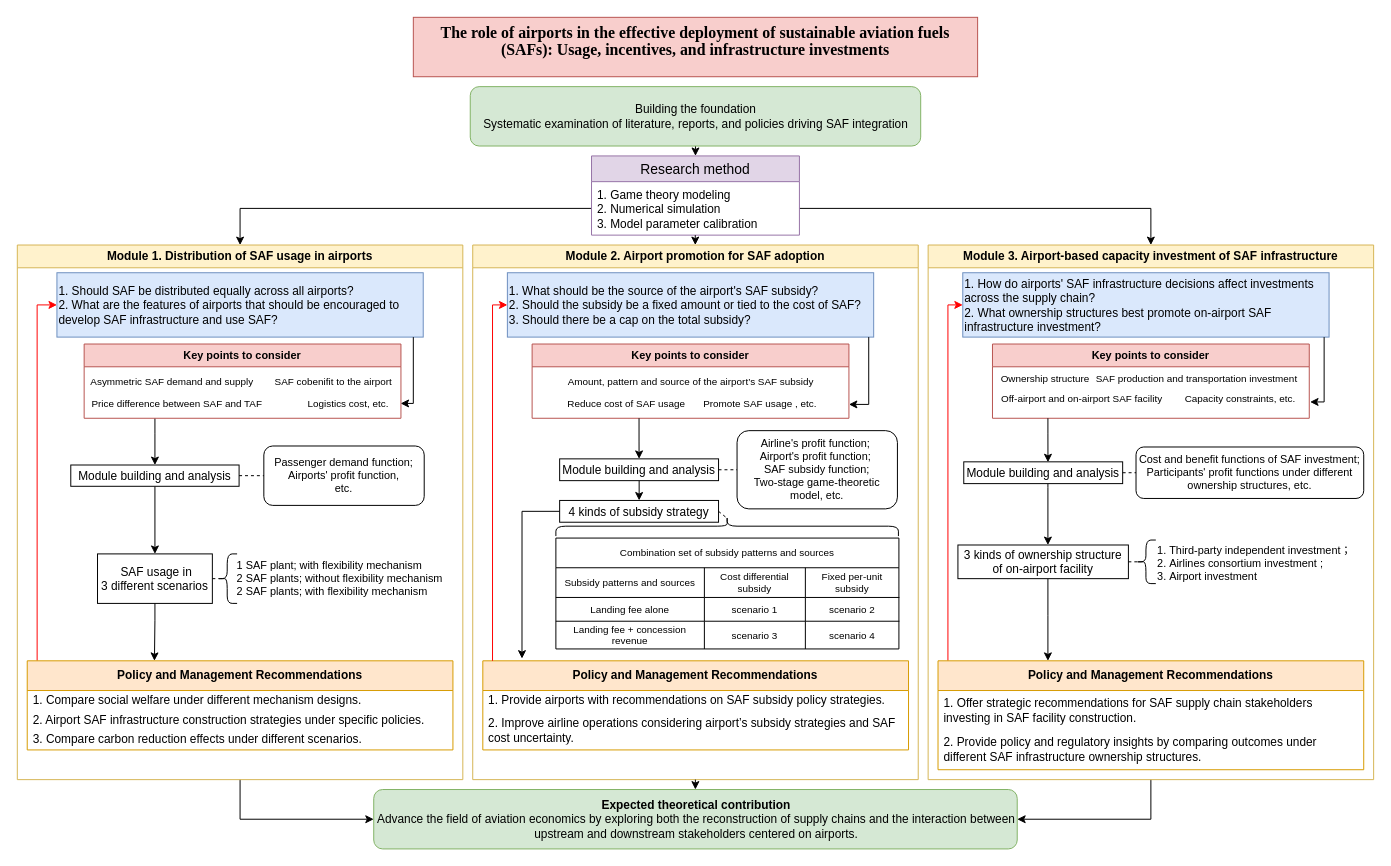
This is 技术路线图.drawio from HengfeiMa95/paper-reading, a draw.io file, before an edit. Source tidied: cells renumbered, new cells numbered last; positions are measured from the earlier drawing's top-left corner, leaving out a move shared by most shapes. Both pictures are drawn from the tidied source at 99%, with x=0, y=0 at pixel (17, 17).
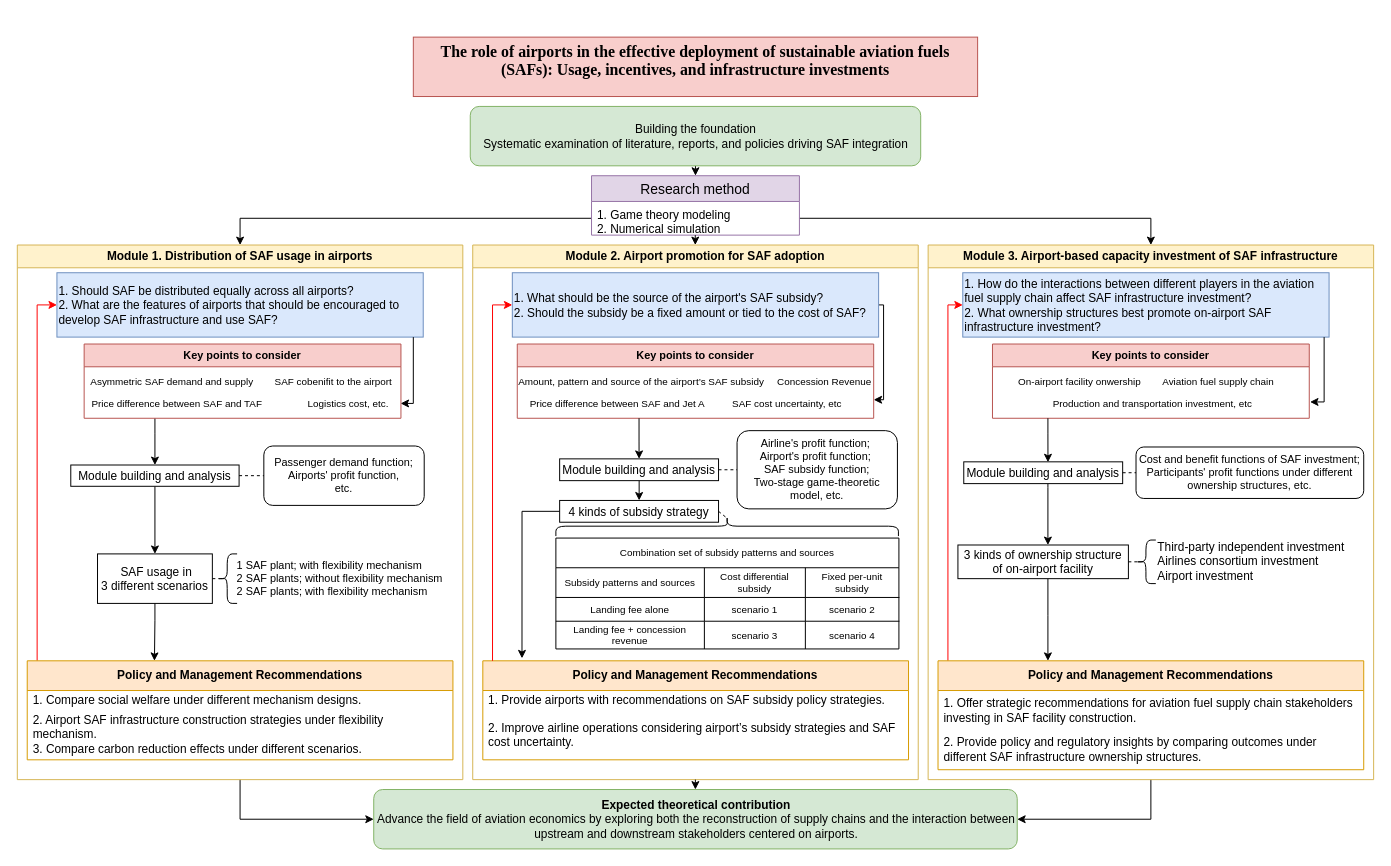
The same diagram, later.

Commit message (it also covers changes not shown here):
Update 技术路线图.drawio

Unchanged cells that the change refers to:
```xml
<mxCell id="3" value="Module 1. Distribution of SAF usage in airports" style="swimlane;whiteSpace=wrap;fillColor=#fff2cc;strokeColor=#d6b656;" parent="1" vertex="1">
  <mxGeometry y="230" width="450" height="540" as="geometry" />
</mxCell>
<mxCell id="26" value="Module 2. Airport promotion for SAF adoption" style="swimlane;whiteSpace=wrap;fillColor=#fff2cc;strokeColor=#d6b656;" parent="1" vertex="1">
  <mxGeometry x="460" y="230" width="450" height="540" as="geometry" />
</mxCell>
<mxCell id="60" value="Module 3. Airport-based capacity investment of SAF infrastructure" style="swimlane;whiteSpace=wrap;fillColor=#fff2cc;strokeColor=#d6b656;" parent="1" vertex="1">
  <mxGeometry x="920" y="230" width="450" height="540" as="geometry" />
</mxCell>
<mxCell id="71" value="&lt;span style=&quot;font-weight: 700;&quot;&gt;Policy and Management Recommendations&lt;/span&gt;" style="swimlane;fontStyle=0;horizontal=1;startSize=30;whiteSpace=wrap;html=1;align=center;verticalAlign=middle;fontFamily=Helvetica;fontSize=12;fillColor=#ffe6cc;strokeColor=#d79b00;" parent="60" vertex="1">
  <mxGeometry x="10" y="420" width="430" height="110" as="geometry" />
</mxCell>
<mxCell id="75" value="Key points to consider" style="swimlane;fillColor=#f8cecc;strokeColor=#b85450;fontSize=11;" parent="60" vertex="1">
  <mxGeometry x="65" y="100" width="320" height="75" as="geometry" />
</mxCell>
```

What changed in the source:
```diff
@@
     <mxCell id="13" value="&lt;span style=&quot;font-weight: 700;&quot;&gt;Policy and Management Recommendations&lt;/span&gt;" style="swimlane;fontStyle=0;horizontal=1;startSize=30;whiteSpace=wrap;html=1;align=center;verticalAlign=middle;fontFamily=Helvetica;fontSize=12;fillColor=#ffe6cc;strokeColor=#d79b00;" parent="3" vertex="1">
-      <mxGeometry x="10" y="420" width="430" height="90" as="geometry" />
+      <mxGeometry x="10" y="420" width="430" height="100" as="geometry" />
     </mxCell>
@@
-    <mxCell id="15" value="2. Airport SAF infrastructure construction strategies under specific policies." style="text;strokeColor=none;fillColor=none;align=left;verticalAlign=middle;spacingLeft=4;spacingRight=4;overflow=hidden;whiteSpace=wrap;html=1;fontFamily=Helvetica;fontSize=12;fontColor=default;" parent="13" vertex="1">
-      <mxGeometry y="50" width="430" height="20" as="geometry" />
+    <mxCell id="15" value="2. Airport SAF infrastructure construction strategies under flexibility mechanism." style="text;strokeColor=none;fillColor=none;align=left;verticalAlign=middle;spacingLeft=4;spacingRight=4;overflow=hidden;whiteSpace=wrap;html=1;fontFamily=Helvetica;fontSize=12;fontColor=default;" parent="13" vertex="1">
+      <mxGeometry y="50" width="430" height="30" as="geometry" />
     </mxCell>
     <mxCell id="16" value="3. Compare carbon reduction effects under different scenarios." style="text;strokeColor=none;fillColor=none;align=left;verticalAlign=middle;spacingLeft=4;spacingRight=4;overflow=hidden;whiteSpace=wrap;html=1;fontFamily=Helvetica;fontSize=12;fontColor=default;" parent="13" vertex="1">
-      <mxGeometry y="70" width="430" height="20" as="geometry" />
+      <mxGeometry y="80" width="430" height="20" as="geometry" />
     </mxCell>
@@
+    <mxCell id="92" style="edgeStyle=orthogonalEdgeStyle;rounded=0;jettySize=auto;html=1;entryX=1;entryY=0.75;entryDx=0;entryDy=0;" parent="26" edge="1" source="27" target="51">
+      <mxGeometry relative="1" as="geometry">
+        <Array as="points">
+          <mxPoint x="415" y="61" />
+          <mxPoint x="415" y="156" />
+        </Array>
+      </mxGeometry>
+    </mxCell>
-    <mxCell id="27" value="1. What should be the source of the airport's SAF subsidy?&amp;nbsp;&lt;div&gt;2. Should the subsidy be a fixed amount or tied to the cost of SAF?&amp;nbsp;&lt;/div&gt;&lt;div&gt;3. Should there be a cap on the total subsidy?&lt;/div&gt;" style="text;strokeColor=#6c8ebf;fillColor=#dae8fc;html=1;whiteSpace=wrap;verticalAlign=middle;overflow=hidden;" parent="26" vertex="1">
-      <mxGeometry x="35" y="28" width="370" height="65" as="geometry" />
+    <mxCell id="27" value="1. What should be the source of the airport's SAF subsidy?&amp;nbsp;&lt;div&gt;2. Should the subsidy be a fixed amount or tied to the cost of SAF?&amp;nbsp;&lt;/div&gt;" style="text;strokeColor=#6c8ebf;fillColor=#dae8fc;html=1;whiteSpace=wrap;verticalAlign=middle;overflow=hidden;" parent="26" vertex="1">
+      <mxGeometry x="40" y="28" width="370" height="65" as="geometry" />
     </mxCell>
@@
     <mxCell id="48" value="&lt;span style=&quot;font-weight: 700;&quot;&gt;Policy and Management Recommendations&lt;/span&gt;" style="swimlane;fontStyle=0;horizontal=1;startSize=30;whiteSpace=wrap;html=1;align=center;verticalAlign=middle;fontFamily=Helvetica;fontSize=12;fillColor=#ffe6cc;strokeColor=#d79b00;" parent="26" vertex="1">
-      <mxGeometry x="10.2" y="420" width="430" height="90" as="geometry" />
+      <mxGeometry x="10.2" y="420" width="430" height="100" as="geometry" />
     </mxCell>
@@
     <mxCell id="50" value="2. Improve airline operations considering airport’s subsidy strategies and SAF cost uncertainty." style="text;strokeColor=none;fillColor=none;align=left;verticalAlign=middle;spacingLeft=4;spacingRight=4;overflow=hidden;whiteSpace=wrap;html=1;fontFamily=Helvetica;fontSize=12;fontColor=default;" parent="48" vertex="1">
-      <mxGeometry y="50" width="430" height="40" as="geometry" />
+      <mxGeometry y="50" width="430" height="50" as="geometry" />
     </mxCell>
     <mxCell id="51" value="Key points to consider" style="swimlane;fillColor=#f8cecc;strokeColor=#b85450;fontSize=11;" parent="26" vertex="1">
-      <mxGeometry x="60" y="100" width="320" height="75" as="geometry" />
+      <mxGeometry x="45" y="100" width="360" height="75" as="geometry" />
     </mxCell>
-    <mxCell id="52" value="Promote SAF usage , etc." style="text;html=1;align=center;verticalAlign=middle;strokeColor=none;fillColor=none;fontSize=10;" parent="51" vertex="1">
-      <mxGeometry x="160" y="45" width="140" height="30" as="geometry" />
-    </mxCell>
     <mxCell id="53" value="Amount, pattern and source of the airport’s SAF subsidy" style="text;html=1;align=center;verticalAlign=middle;strokeColor=none;fillColor=none;fontSize=10;" parent="51" vertex="1">
-      <mxGeometry x="25" y="22.5" width="270" height="30" as="geometry" />
+      <mxGeometry x="-10" y="22.5" width="270" height="30" as="geometry" />
     </mxCell>
-    <mxCell id="54" value="Reduce cost of SAF usage" style="text;html=1;align=center;verticalAlign=middle;points=[];strokeColor=none;fillColor=none;fontSize=10;" parent="51" vertex="1">
-      <mxGeometry x="25" y="45" width="140" height="30" as="geometry" />
+    <mxCell id="54" value="Price difference between SAF and Jet A&amp;nbsp; &amp;nbsp; &amp;nbsp; &amp;nbsp; &amp;nbsp; SAF cost uncertainty, etc" style="text;html=1;align=center;verticalAlign=middle;points=[];strokeColor=none;fillColor=none;fontSize=10;" parent="51" vertex="1">
+      <mxGeometry y="45" width="340" height="30" as="geometry" />
     </mxCell>
+    <mxCell id="93" value="&lt;span style=&quot;font-size: 10px;&quot;&gt;Concession Revenue&lt;/span&gt;" style="text;html=1;align=center;verticalAlign=middle;strokeColor=none;fillColor=none;fontSize=10;" parent="51" vertex="1">
+      <mxGeometry x="250" y="22.5" width="120" height="30" as="geometry" />
+    </mxCell>
@@
-    <mxCell id="58" style="edgeStyle=orthogonalEdgeStyle;rounded=0;jettySize=auto;html=1;" parent="26" edge="1" source="27">
-      <mxGeometry relative="1" as="geometry">
-        <mxPoint x="380" y="161" as="targetPoint" />
-        <Array as="points">
-          <mxPoint x="400" y="161" />
-        </Array>
-      </mxGeometry>
-    </mxCell>
@@
-    <mxCell id="61" value="&lt;div&gt;1. How do airports' SAF infrastructure decisions affect investments across the supply chain?&lt;/div&gt;&lt;div&gt;2. What ownership structures best promote on-airport SAF infrastructure investment?&lt;/div&gt;" style="text;strokeColor=#6c8ebf;fillColor=#dae8fc;html=1;whiteSpace=wrap;verticalAlign=middle;overflow=hidden;" parent="60" vertex="1">
+    <mxCell id="61" value="&lt;div&gt;1. How do the interactions between different players in the aviation fuel supply chain affect SAF infrastructure investment?&lt;/div&gt;&lt;div&gt;2. What ownership structures best promote on-airport SAF infrastructure investment?&lt;/div&gt;" style="text;strokeColor=#6c8ebf;fillColor=#dae8fc;html=1;whiteSpace=wrap;verticalAlign=middle;overflow=hidden;" parent="60" vertex="1">
       <mxGeometry x="35" y="28" width="370" height="65" as="geometry" />
     </mxCell>
@@
-    <mxCell id="68" value="&lt;ol style=&quot;&quot;&gt;&lt;li style=&quot;&quot;&gt;Third-party independent investment；&lt;/li&gt;&lt;li style=&quot;&quot;&gt;Airlines consortium investment ;&amp;nbsp;&lt;/li&gt;&lt;li style=&quot;&quot;&gt;Airport investment&lt;br&gt;&lt;/li&gt;&lt;/ol&gt;" style="text;strokeColor=none;fillColor=none;html=1;whiteSpace=wrap;verticalAlign=middle;overflow=hidden;fontSize=11;" parent="60" vertex="1">
-      <mxGeometry x="202.4" y="289.5" width="230" height="61" as="geometry" />
-    </mxCell>
@@
-    <mxCell id="72" value="1. Offer strategic recommendations for&amp;nbsp;SAF supply chain stakeholders investing in SAF facility construction." style="text;strokeColor=none;fillColor=none;align=left;verticalAlign=middle;spacingLeft=4;spacingRight=4;overflow=hidden;whiteSpace=wrap;html=1;fontFamily=Helvetica;fontSize=12;fontColor=default;" parent="71" vertex="1">
+    <mxCell id="72" value="1. Offer strategic recommendations for&amp;nbsp;aviation fuel supply chain stakeholders investing in SAF facility construction." style="text;strokeColor=none;fillColor=none;align=left;verticalAlign=middle;spacingLeft=4;spacingRight=4;overflow=hidden;whiteSpace=wrap;html=1;fontFamily=Helvetica;fontSize=12;fontColor=default;" parent="71" vertex="1">
       <mxGeometry y="30" width="430" height="40" as="geometry" />
     </mxCell>
@@
-    <mxCell id="76" value="&lt;font style=&quot;font-size: 10px;&quot;&gt;Capacity constraints, etc.&lt;/font&gt;" style="text;html=1;align=center;verticalAlign=middle;points=[];strokeColor=none;fillColor=none;fontSize=9;" parent="75" vertex="1">
-      <mxGeometry x="180" y="40" width="140" height="30" as="geometry" />
-    </mxCell>
-    <mxCell id="77" value="&lt;font style=&quot;font-size: 10px;&quot;&gt;SAF production and transportation investment&lt;/font&gt;" style="text;html=1;align=center;verticalAlign=middle;strokeColor=none;fillColor=none;fontSize=9;" parent="75" vertex="1">
-      <mxGeometry x="91" y="20" width="230" height="30" as="geometry" />
-    </mxCell>
-    <mxCell id="78" value="&lt;font style=&quot;font-size: 10px;&quot;&gt;Off-airport and on-airport SAF facility&lt;/font&gt;" style="text;html=1;align=center;verticalAlign=middle;strokeColor=none;fillColor=none;fontSize=9;" parent="75" vertex="1">
-      <mxGeometry x="-5" y="40" width="190" height="30" as="geometry" />
-    </mxCell>
-    <mxCell id="79" value="&lt;font style=&quot;font-size: 10px;&quot;&gt;Ownership structure&lt;/font&gt;" style="text;html=1;align=center;verticalAlign=middle;strokeColor=none;fillColor=none;fontSize=9;" parent="75" vertex="1">
-      <mxGeometry x="-2" y="20" width="110" height="30" as="geometry" />
+    <mxCell id="79" value="&lt;font style=&quot;font-size: 10px;&quot;&gt;On-airport facility onwership&amp;nbsp; &amp;nbsp; &amp;nbsp; &amp;nbsp; Aviation fuel supply chain&lt;/font&gt;" style="text;html=1;align=center;verticalAlign=middle;strokeColor=none;fillColor=none;fontSize=10;" parent="75" vertex="1">
+      <mxGeometry x="15" y="22.5" width="280" height="30" as="geometry" />
     </mxCell>
+    <mxCell id="94" value="&lt;span style=&quot;font-size: 10px;&quot;&gt;&amp;nbsp;Production and transportation investment, etc&lt;/span&gt;" style="text;html=1;align=center;verticalAlign=middle;strokeColor=none;fillColor=none;" parent="75" vertex="1">
+      <mxGeometry x="45" y="45" width="230" height="30" as="geometry" />
+    </mxCell>
@@
-    <mxCell id="81" style="edgeStyle=orthogonalEdgeStyle;rounded=0;jettySize=auto;html=1;entryX=1.006;entryY=0.617;entryDx=0;entryDy=0;entryPerimeter=0;" parent="60" edge="1" source="61" target="76">
+    <mxCell id="81" style="edgeStyle=orthogonalEdgeStyle;rounded=0;jettySize=auto;html=1;entryX=1.006;entryY=0.617;entryDx=0;entryDy=0;entryPerimeter=0;" parent="60" edge="1" source="61">
       <mxGeometry relative="1" as="geometry">
+        <mxPoint x="385.8" y="158.5" as="targetPoint" />
         <Array as="points">
           <mxPoint x="400" y="159" />
         </Array>
       </mxGeometry>
     </mxCell>
+    <mxCell id="95" value="&lt;div&gt;Third-party independent investment&lt;/div&gt;&lt;div&gt;Airlines consortium investment&lt;/div&gt;&lt;div&gt;Airport investment&lt;/div&gt;" style="text;html=1;align=left;verticalAlign=middle;strokeColor=none;fillColor=none;" parent="60" vertex="1">
+      <mxGeometry x="230" y="290" width="210" height="60" as="geometry" />
+    </mxCell>
     <mxCell id="82" value="&lt;p class=&quot;MsoNormal&quot; style=&quot;margin: 0cm 0cm 8pt; line-height: normal; font-size: 11pt; font-family: DengXian;&quot;&gt;&lt;b&gt;&lt;span lang=&quot;EN-US&quot; style=&quot;font-size: 12pt; font-family: &amp;quot;Times New Roman&amp;quot;, serif;&quot;&gt;The role of airports in the effective deployment of sustainable aviation fuels (SAFs): Usage, incentives, and infrastructure investments&lt;/span&gt;&lt;/b&gt;&lt;/p&gt;" style="rounded=0;whiteSpace=wrap;html=1;align=center;verticalAlign=top;fillColor=#f8cecc;strokeColor=#b85450;" parent="1" vertex="1">
-      <mxGeometry x="400" width="570" height="60" as="geometry" />
+      <mxGeometry x="400" y="20" width="570" height="60" as="geometry" />
     </mxCell>
@@
     <mxCell id="86" value="Building the foundation&lt;div&gt;Systematic examination of literature, reports, and policies driving SAF integration&lt;/div&gt;" style="rounded=1;whiteSpace=wrap;html=1;fillColor=#d5e8d4;strokeColor=#82b366;" parent="1" vertex="1">
-      <mxGeometry x="457.5" y="70" width="455" height="60" as="geometry" />
+      <mxGeometry x="457.5" y="90" width="455" height="60" as="geometry" />
     </mxCell>
@@
     <mxCell id="88" value="Research method" style="swimlane;fontStyle=0;horizontal=1;startSize=26;align=center;fontSize=14;fillColor=#e1d5e7;strokeColor=#9673a6;" parent="1" vertex="1">
-      <mxGeometry x="580" y="140" width="210" height="80" as="geometry" />
+      <mxGeometry x="580" y="160" width="210" height="60" as="geometry" />
     </mxCell>
-    <mxCell id="89" value="&lt;div style=&quot;&quot;&gt;&lt;span style=&quot;background-color: initial;&quot;&gt;1. Game theory modeling&lt;/span&gt;&lt;/div&gt;&lt;div style=&quot;&quot;&gt;&lt;span style=&quot;background-color: initial;&quot;&gt;2. Numerical simulation&lt;/span&gt;&lt;/div&gt;&lt;div style=&quot;&quot;&gt;&lt;span style=&quot;background-color: initial;&quot;&gt;3. Model parameter c&lt;/span&gt;&lt;span style=&quot;background-color: initial;&quot;&gt;alibration&lt;/span&gt;&lt;/div&gt;" style="text;strokeColor=none;fillColor=none;spacingLeft=4;spacingRight=4;overflow=hidden;points=[[0,0.5],[1,0.5]];portConstraint=eastwest;fontSize=12;whiteSpace=wrap;html=1;align=left;" parent="88" vertex="1">
-      <mxGeometry y="26" width="210" height="54" as="geometry" />
+    <mxCell id="89" value="&lt;div style=&quot;&quot;&gt;&lt;span style=&quot;background-color: initial;&quot;&gt;1. Game theory modeling&lt;/span&gt;&lt;/div&gt;&lt;div style=&quot;&quot;&gt;&lt;span style=&quot;background-color: initial;&quot;&gt;2. Numerical simulation&lt;/span&gt;&lt;/div&gt;" style="text;strokeColor=none;fillColor=none;spacingLeft=4;spacingRight=4;overflow=hidden;points=[[0,0.5],[1,0.5]];portConstraint=eastwest;fontSize=12;whiteSpace=wrap;html=1;align=left;" parent="88" vertex="1">
+      <mxGeometry y="26" width="210" height="34" as="geometry" />
     </mxCell>
```
